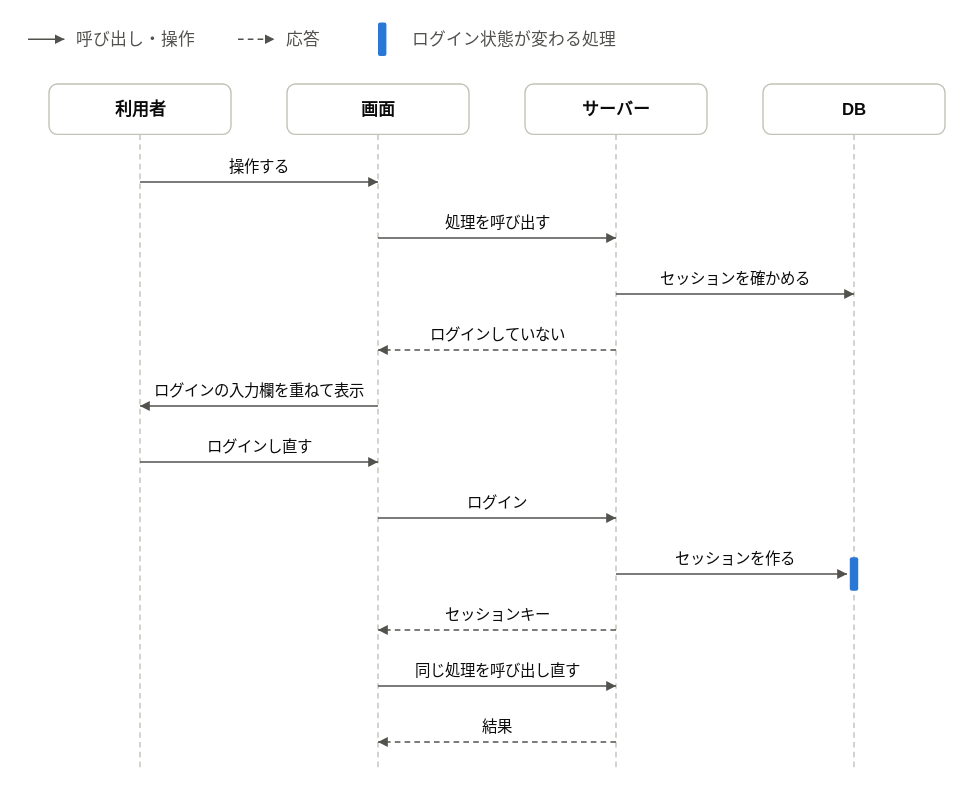
The draw.io diagram demo/101_販売管理システム/標準仕様書/images/ログインの流れ_ログイン状態が切れていたとき.drawio.svg in halllky/NijoAppScaffold, before a commit. Source tidied: cells renumbered, new cells last; positions are measured from the earlier drawing's top-left corner, leaving out a move shared by most shapes.
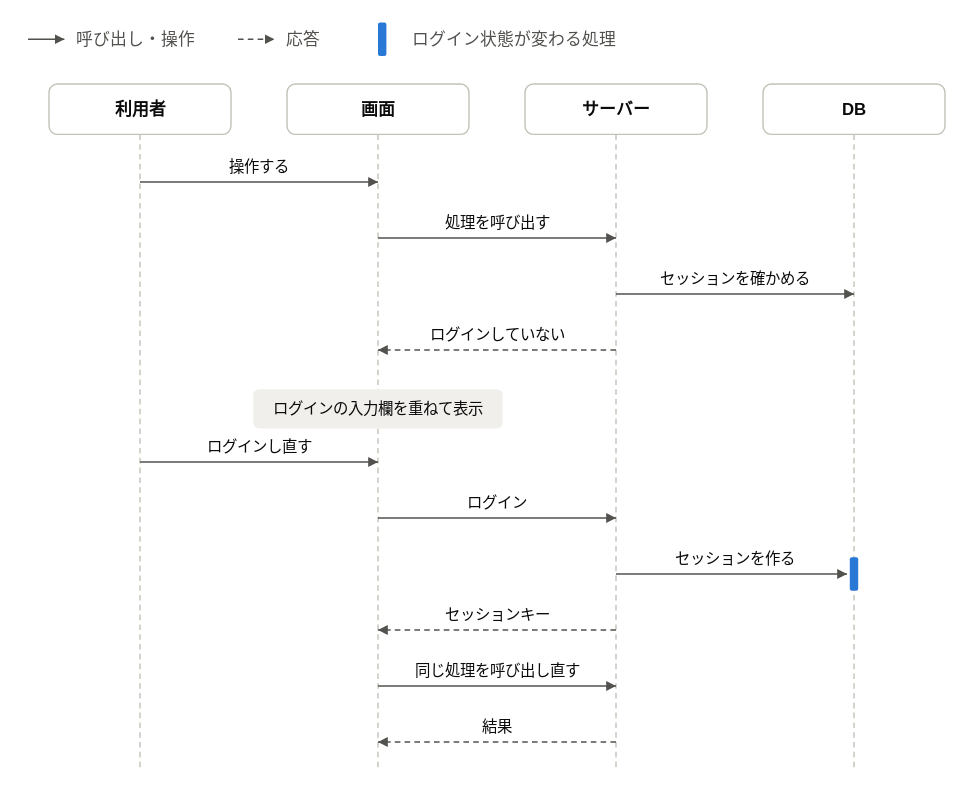
Above is the later version.

Commit message:
デモ101 標準仕様書13章のログイン状態が切れていたときの図で、入力欄の表示を矢印でなく注記にする

画面が入力欄を表示するのは呼び出しでも操作でもないので、凡例の実線の矢印に当てはまらないため。

Claude-Session: https://claude.ai/code/session_01VmEwDMyciJ5svY5fNVQSZm

Change to the diagram source:
```diff
@@ -110,14 +110,11 @@
     <mxCell id="27" value="ログインしていない" style="text;html=1;align=center;verticalAlign=middle;fontSize=11;fontColor=#0b0b0b;fontStyle=0;spacing=0;" parent="1" vertex="1">
       <mxGeometry x="250" y="215" width="170" height="16" as="geometry" />
     </mxCell>
-    <mxCell id="28" style="html=1;rounded=0;endArrow=block;endFill=1;endSize=6;startArrow=none;strokeColor=#52514e;strokeWidth=1;fontSize=11;fontColor=#52514e;labelBackgroundColor=#ffffff;" parent="1" edge="1">
-      <mxGeometry relative="1" as="geometry">
-        <mxPoint x="250" y="274" as="sourcePoint" />
-        <mxPoint x="80" y="274" as="targetPoint" />
-      </mxGeometry>
+    <mxCell id="28" style="rounded=1;absoluteArcSize=1;arcSize=8;html=1;fillColor=#f0efec;strokeColor=none;strokeWidth=1;" parent="1" vertex="1">
+      <mxGeometry x="161" y="262" width="178" height="28" as="geometry" />
     </mxCell>
     <mxCell id="29" value="ログインの入力欄を重ねて表示" style="text;html=1;align=center;verticalAlign=middle;fontSize=11;fontColor=#0b0b0b;fontStyle=0;spacing=0;" parent="1" vertex="1">
-      <mxGeometry x="80" y="255" width="170" height="16" as="geometry" />
+      <mxGeometry x="165" y="262" width="170" height="28" as="geometry" />
     </mxCell>
     <mxCell id="30" style="html=1;rounded=0;endArrow=block;endFill=1;endSize=6;startArrow=none;strokeColor=#52514e;strokeWidth=1;fontSize=11;fontColor=#52514e;labelBackgroundColor=#ffffff;" parent="1" edge="1">
       <mxGeometry relative="1" as="geometry">
```
